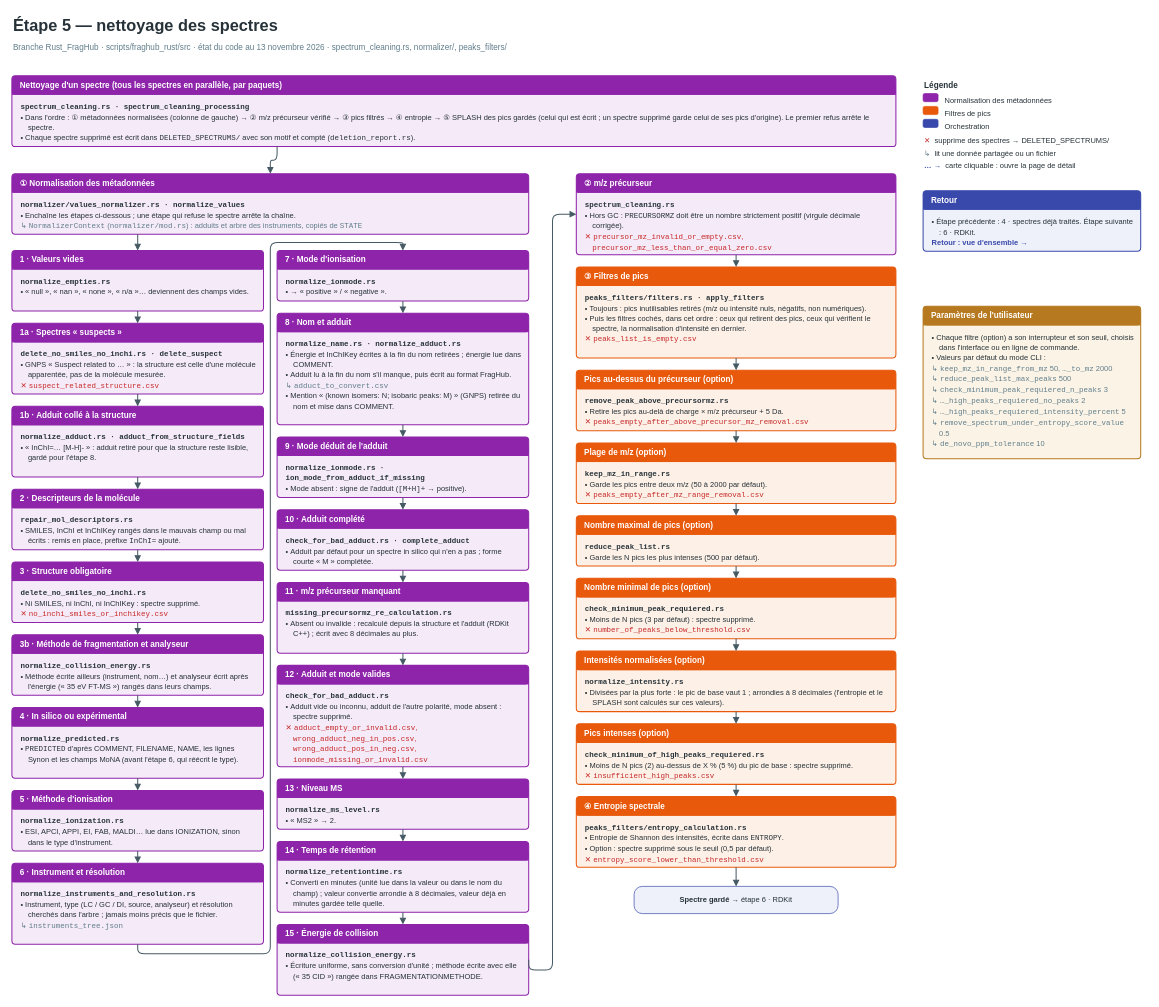
Above: page "3 · Nettoyage des spectres" (3 of 5) of documentation/Backend_component_diagram.drawio in ADablanc/FragHub (draw.io), before the change. Source tidied: cells renumbered, new cells numbered last; positions are measured from the earlier drawing's top-left corner, leaving out a move shared by most shapes. Both pictures are drawn from the tidied source at 68%, with x=0, y=0 at pixel (12, 12).
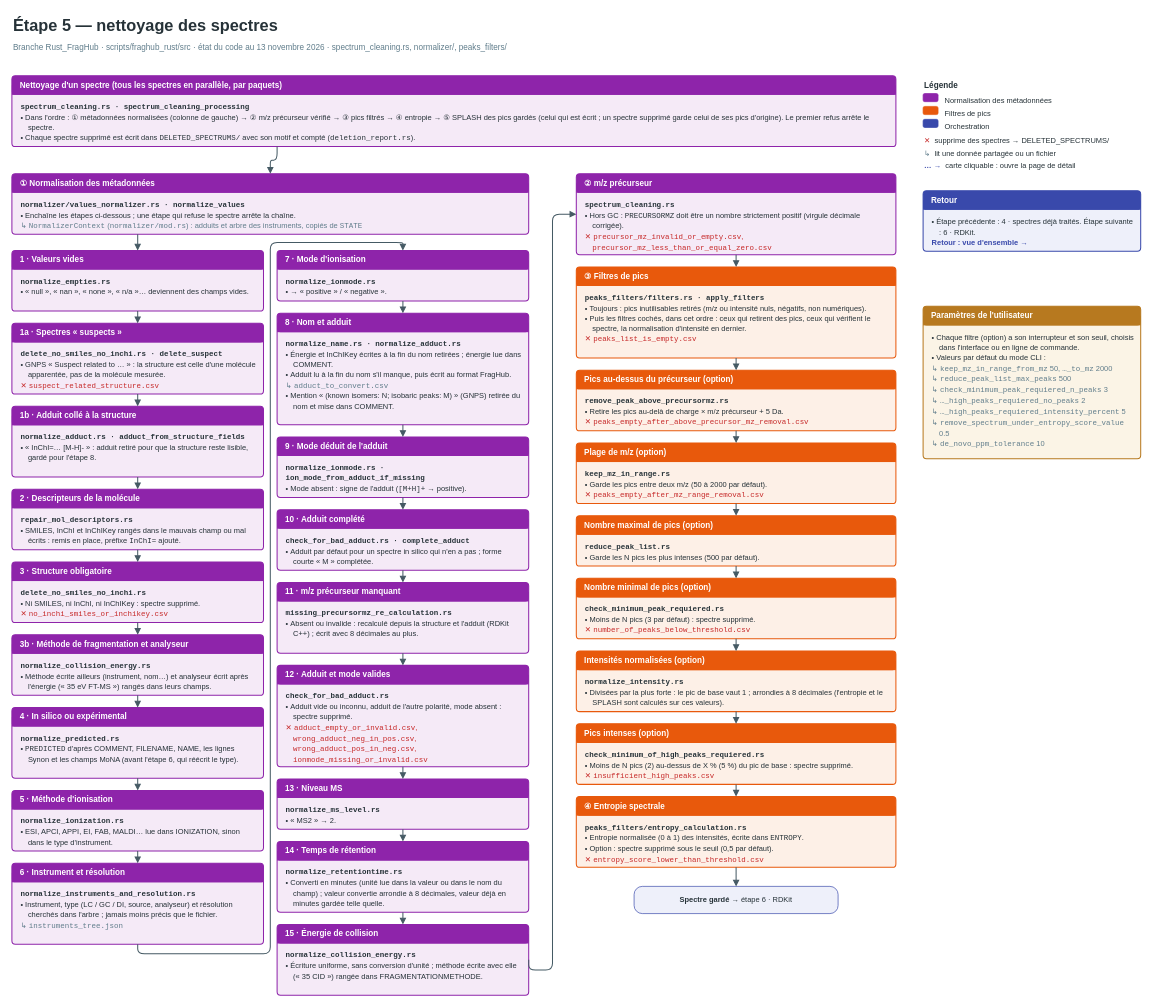
The same page after the edit.

Unchanged cells that the change refers to:
```xml
<mxCell id="135" style="rounded=1;absoluteArcSize=1;arcSize=10;html=1;fillColor=#FDF0E7;strokeColor=#E8590C;strokeWidth=1.5;" parent="1" vertex="1">
  <mxGeometry x="830" y="1154" width="470" height="104" as="geometry" />
</mxCell>
```

Diff of the diagram source:
```diff
@@
-    <mxCell id="138" value="&lt;div style=&quot;line-height:15px&quot;&gt;&lt;div style=&quot;font-family:Courier New,monospace;font-weight:bold;color:#263238&quot;&gt;peaks_filters/entropy_calculation.rs&lt;/div&gt;&lt;div style=&quot;margin-left:11px;text-indent:-11px&quot;&gt;•&amp;nbsp;Entropie de Shannon des intensités, écrite dans &lt;span style=&quot;font-family:Courier New,monospace&quot;&gt;ENTROPY&lt;/span&gt;.&lt;/div&gt;&lt;div style=&quot;margin-left:11px;text-indent:-11px&quot;&gt;•&amp;nbsp;Option : spectre supprimé sous le seuil (0,5 par défaut).&lt;/div&gt;&lt;div style=&quot;margin-left:11px;text-indent:-11px;color:#C62828&quot;&gt;✕&amp;nbsp;&lt;span style=&quot;font-family:Courier New,monospace&quot;&gt;entropy_score_lower_than_threshold.csv&lt;/span&gt;&lt;/div&gt;&lt;/div&gt;" style="text;html=1;fillColor=none;strokeColor=none;whiteSpace=wrap;align=left;verticalAlign=top;spacingLeft=11;spacingRight=8;spacingTop=4;fontSize=11;fontColor=#263238;fontFamily=Helvetica;" parent="135" vertex="1">
+    <mxCell id="138" value="&lt;div style=&quot;line-height:15px&quot;&gt;&lt;div style=&quot;font-family:Courier New,monospace;font-weight:bold;color:#263238&quot;&gt;peaks_filters/entropy_calculation.rs&lt;/div&gt;&lt;div style=&quot;margin-left:11px;text-indent:-11px&quot;&gt;•&amp;nbsp;Entropie normalisée (0 à 1) des intensités, écrite dans &lt;span style=&quot;font-family:Courier New,monospace&quot;&gt;ENTROPY&lt;/span&gt;.&lt;/div&gt;&lt;div style=&quot;margin-left:11px;text-indent:-11px&quot;&gt;•&amp;nbsp;Option : spectre supprimé sous le seuil (0,5 par défaut).&lt;/div&gt;&lt;div style=&quot;margin-left:11px;text-indent:-11px;color:#C62828&quot;&gt;✕&amp;nbsp;&lt;span style=&quot;font-family:Courier New,monospace&quot;&gt;entropy_score_lower_than_threshold.csv&lt;/span&gt;&lt;/div&gt;&lt;/div&gt;" style="text;html=1;fillColor=none;strokeColor=none;whiteSpace=wrap;align=left;verticalAlign=top;spacingLeft=11;spacingRight=8;spacingTop=4;fontSize=11;fontColor=#263238;fontFamily=Helvetica;" parent="135" vertex="1">
       <mxGeometry y="28" width="470" height="76" as="geometry" />
     </mxCell>
```
